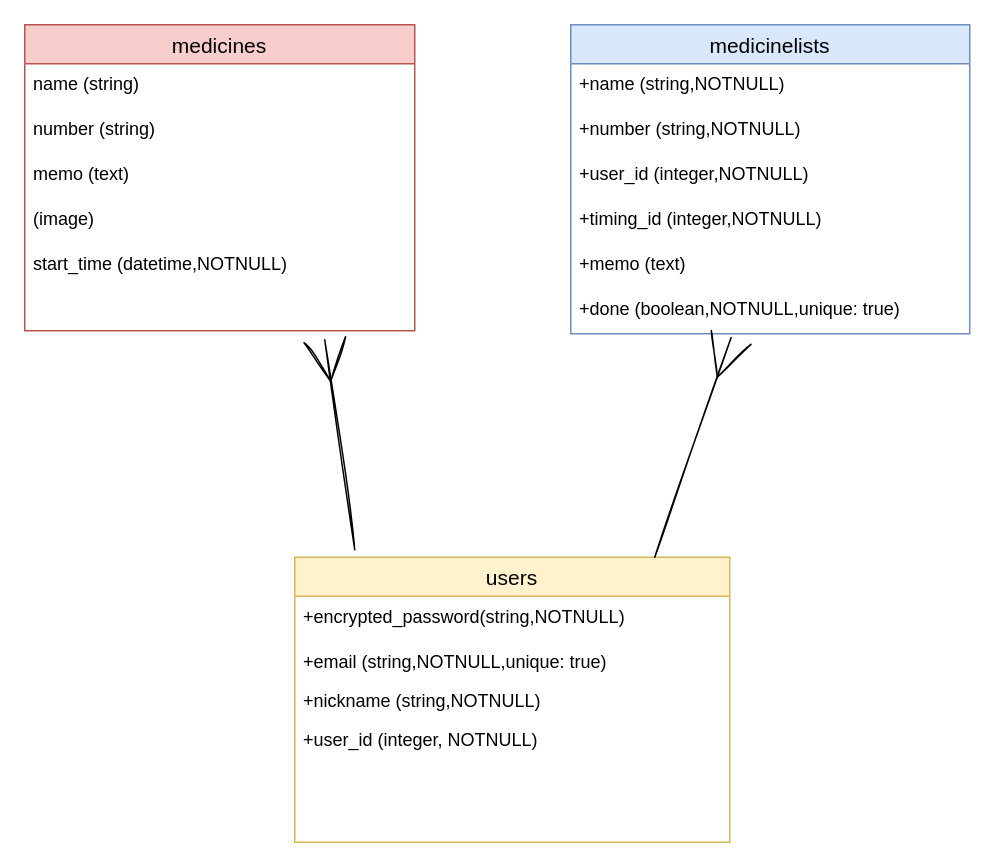
Above: ER.dio in 1ain00/okusuri (draw.io), before the change. Source tidied: cells renumbered, new cells numbered last; positions are measured from the earlier drawing's top-left corner, leaving out a move shared by most shapes. Both pictures are drawn from the tidied source at 150%, with x=0, y=0 at pixel (24, 24).
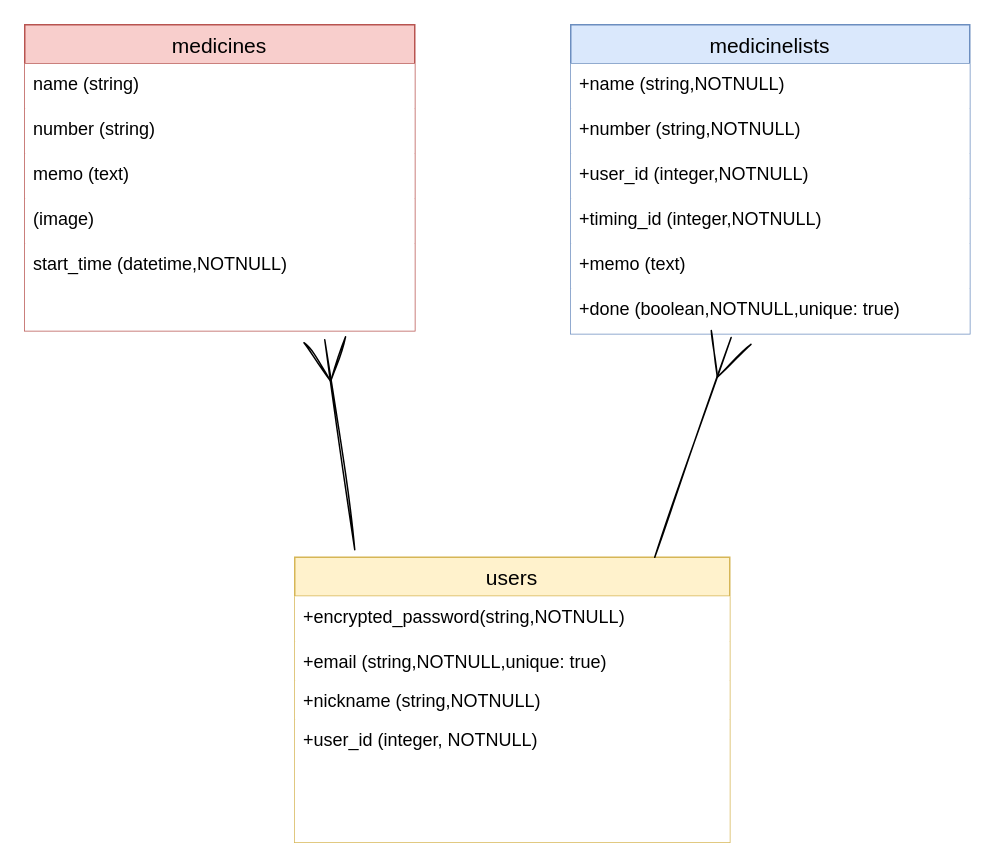
Above is the later version.

The change refers to these unchanged cells:
```xml
<mxCell id="2" value="medicinelists" style="swimlane;fontStyle=0;horizontal=1;startSize=26;align=center;fontSize=14;fillColor=#dae8fc;strokeColor=#6c8ebf;" parent="1" vertex="1">
  <mxGeometry x="364" width="266" height="206" as="geometry" />
</mxCell>
<mxCell id="9" value="medicines" style="swimlane;fontStyle=0;horizontal=1;startSize=26;align=center;fontSize=14;fillColor=#f8cecc;strokeColor=#b85450;" parent="1" vertex="1">
  <mxGeometry width="260" height="204" as="geometry" />
</mxCell>
<mxCell id="15" value="users" style="swimlane;fontStyle=0;horizontal=1;startSize=26;align=center;fontSize=14;fillColor=#fff2cc;strokeColor=#d6b656;" parent="1" vertex="1">
  <mxGeometry x="180" y="355" width="290" height="190" as="geometry" />
</mxCell>
```

Change to the diagram source:
```diff
@@
-<mxGraphModel>
+<mxGraphModel background="#ffffff">
@@
-    <mxCell id="3" value="+name (string,NOTNULL)" style="text;strokeColor=none;fillColor=none;spacingLeft=4;spacingRight=4;overflow=hidden;fontSize=12;" parent="2" vertex="1">
+    <mxCell id="3" value="+name (string,NOTNULL)" style="text;strokeColor=none;fillColor=default;spacingLeft=4;spacingRight=4;overflow=hidden;fontSize=12;" parent="2" vertex="1">
       <mxGeometry y="26" width="266" height="30" as="geometry" />
     </mxCell>
-    <mxCell id="4" value="+number (string,NOTNULL)" style="text;strokeColor=none;fillColor=none;spacingLeft=4;spacingRight=4;overflow=hidden;fontSize=12;" parent="2" vertex="1">
+    <mxCell id="4" value="+number (string,NOTNULL)" style="text;strokeColor=none;fillColor=default;spacingLeft=4;spacingRight=4;overflow=hidden;fontSize=12;" parent="2" vertex="1">
       <mxGeometry y="56" width="266" height="30" as="geometry" />
     </mxCell>
-    <mxCell id="5" value="+user_id (integer,NOTNULL)" style="text;strokeColor=none;fillColor=none;spacingLeft=4;spacingRight=4;overflow=hidden;fontSize=12;" parent="2" vertex="1">
+    <mxCell id="5" value="+user_id (integer,NOTNULL)" style="text;strokeColor=none;fillColor=default;spacingLeft=4;spacingRight=4;overflow=hidden;fontSize=12;" parent="2" vertex="1">
       <mxGeometry y="86" width="266" height="30" as="geometry" />
     </mxCell>
-    <mxCell id="6" value="+timing_id (integer,NOTNULL)" style="text;strokeColor=none;fillColor=none;spacingLeft=4;spacingRight=4;overflow=hidden;fontSize=12;" parent="2" vertex="1">
+    <mxCell id="6" value="+timing_id (integer,NOTNULL)" style="text;strokeColor=none;fillColor=default;spacingLeft=4;spacingRight=4;overflow=hidden;fontSize=12;" parent="2" vertex="1">
       <mxGeometry y="116" width="266" height="30" as="geometry" />
     </mxCell>
-    <mxCell id="7" value="+memo (text)" style="text;strokeColor=none;fillColor=none;spacingLeft=4;spacingRight=4;overflow=hidden;fontSize=12;" parent="2" vertex="1">
+    <mxCell id="7" value="+memo (text)" style="text;strokeColor=none;fillColor=default;spacingLeft=4;spacingRight=4;overflow=hidden;fontSize=12;" parent="2" vertex="1">
       <mxGeometry y="146" width="266" height="30" as="geometry" />
     </mxCell>
-    <mxCell id="8" value="+done (boolean,NOTNULL,unique: true)" style="text;strokeColor=none;fillColor=none;spacingLeft=4;spacingRight=4;overflow=hidden;points=[[0,0.5],[1,0.5]];portConstraint=eastwest;fontSize=12;" parent="2" vertex="1">
+    <mxCell id="8" value="+done (boolean,NOTNULL,unique: true)" style="text;strokeColor=none;fillColor=default;spacingLeft=4;spacingRight=4;overflow=hidden;points=[[0,0.5],[1,0.5]];portConstraint=eastwest;fontSize=12;" parent="2" vertex="1">
       <mxGeometry y="176" width="266" height="30" as="geometry" />
     </mxCell>
@@
-    <mxCell id="10" value="name (string)" style="text;strokeColor=none;fillColor=none;spacingLeft=4;spacingRight=4;overflow=hidden;fontSize=12;" parent="9" vertex="1">
+    <mxCell id="10" value="name (string)" style="text;spacingLeft=4;spacingRight=4;overflow=hidden;fontSize=12;labelBackgroundColor=default;fillColor=default;" parent="9" vertex="1">
       <mxGeometry y="26" width="260" height="30" as="geometry" />
     </mxCell>
-    <mxCell id="11" value="number (string)" style="text;strokeColor=none;fillColor=none;spacingLeft=4;spacingRight=4;overflow=hidden;fontSize=12;" parent="9" vertex="1">
+    <mxCell id="11" value="number (string)" style="text;strokeColor=none;fillColor=default;spacingLeft=4;spacingRight=4;overflow=hidden;fontSize=12;labelBackgroundColor=default;" parent="9" vertex="1">
       <mxGeometry y="56" width="260" height="30" as="geometry" />
     </mxCell>
-    <mxCell id="12" value="memo (text)" style="text;strokeColor=none;fillColor=none;spacingLeft=4;spacingRight=4;overflow=hidden;fontSize=12;" parent="9" vertex="1">
+    <mxCell id="12" value="memo (text)" style="text;strokeColor=none;fillColor=default;spacingLeft=4;spacingRight=4;overflow=hidden;fontSize=12;labelBackgroundColor=default;" parent="9" vertex="1">
       <mxGeometry y="86" width="260" height="30" as="geometry" />
     </mxCell>
-    <mxCell id="13" value="(image)" style="text;strokeColor=none;fillColor=none;spacingLeft=4;spacingRight=4;overflow=hidden;fontSize=12;" parent="9" vertex="1">
+    <mxCell id="13" value="(image)" style="text;spacingLeft=4;spacingRight=4;overflow=hidden;fontSize=12;labelBackgroundColor=default;fillColor=default;" parent="9" vertex="1">
       <mxGeometry y="116" width="260" height="30" as="geometry" />
     </mxCell>
-    <mxCell id="14" value="start_time (datetime,NOTNULL)&#10;" style="text;strokeColor=none;fillColor=none;spacingLeft=4;spacingRight=4;overflow=hidden;fontSize=12;" parent="9" vertex="1">
+    <mxCell id="14" value="start_time (datetime,NOTNULL)&#10;" style="text;strokeColor=none;fillColor=default;spacingLeft=4;spacingRight=4;overflow=hidden;fontSize=12;labelBackgroundColor=default;" parent="9" vertex="1">
       <mxGeometry y="146" width="260" height="58" as="geometry" />
     </mxCell>
@@
-    <mxCell id="16" value="+encrypted_password(string,NOTNULL)&#10;" style="text;strokeColor=none;fillColor=none;spacingLeft=4;spacingRight=4;overflow=hidden;fontSize=12;" parent="15" vertex="1">
+    <mxCell id="16" value="+encrypted_password(string,NOTNULL)&#10;" style="text;strokeColor=none;fillColor=default;spacingLeft=4;spacingRight=4;overflow=hidden;fontSize=12;" parent="15" vertex="1">
       <mxGeometry y="26" width="290" height="30" as="geometry" />
     </mxCell>
-    <mxCell id="17" value="+email (string,NOTNULL,unique: true)" style="text;strokeColor=none;fillColor=none;spacingLeft=4;spacingRight=4;overflow=hidden;fontSize=12;" parent="15" vertex="1">
+    <mxCell id="17" value="+email (string,NOTNULL,unique: true)" style="text;strokeColor=none;fillColor=default;spacingLeft=4;spacingRight=4;overflow=hidden;fontSize=12;" parent="15" vertex="1">
       <mxGeometry y="56" width="290" height="26" as="geometry" />
     </mxCell>
-    <mxCell id="18" value="+nickname (string,NOTNULL)" style="text;strokeColor=none;fillColor=none;spacingLeft=4;spacingRight=4;overflow=hidden;fontSize=12;" parent="15" vertex="1">
+    <mxCell id="18" value="+nickname (string,NOTNULL)" style="text;strokeColor=none;fillColor=default;spacingLeft=4;spacingRight=4;overflow=hidden;fontSize=12;" parent="15" vertex="1">
       <mxGeometry y="82" width="290" height="26" as="geometry" />
     </mxCell>
-    <mxCell id="19" value="+user_id (integer, NOTNULL)" style="text;strokeColor=none;fillColor=none;spacingLeft=4;spacingRight=4;overflow=hidden;fontSize=12;" parent="15" vertex="1">
+    <mxCell id="19" value="+user_id (integer, NOTNULL)" style="text;strokeColor=none;fillColor=default;spacingLeft=4;spacingRight=4;overflow=hidden;fontSize=12;" parent="15" vertex="1">
       <mxGeometry y="108" width="290" height="82" as="geometry" />
     </mxCell>
```
